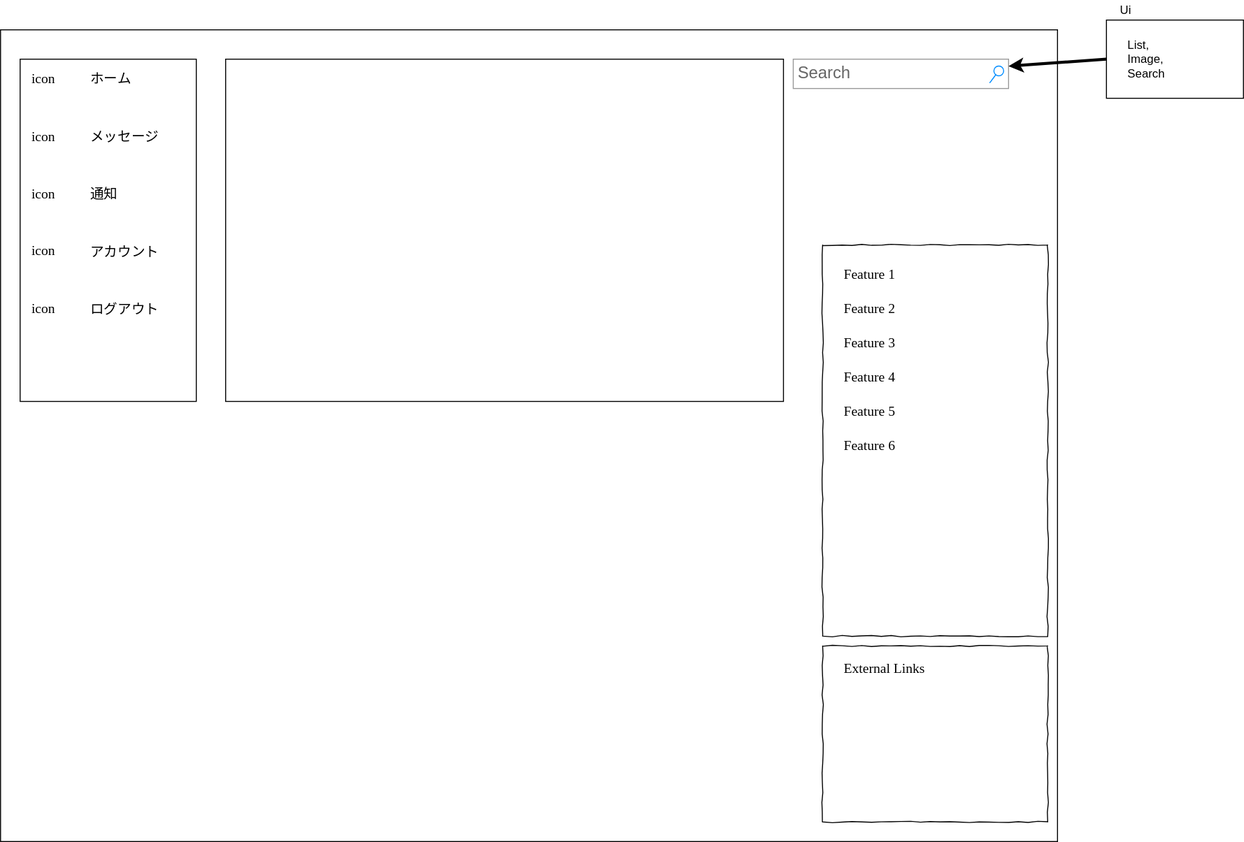
The draw.io diagram next-semantic-ui-chat.svg in awsome-cats/next-semantic-ui-chatApp-design, before a commit. Source tidied: cells renumbered, new cells last; positions are measured from the earlier drawing's top-left corner, leaving out a move shared by most shapes.
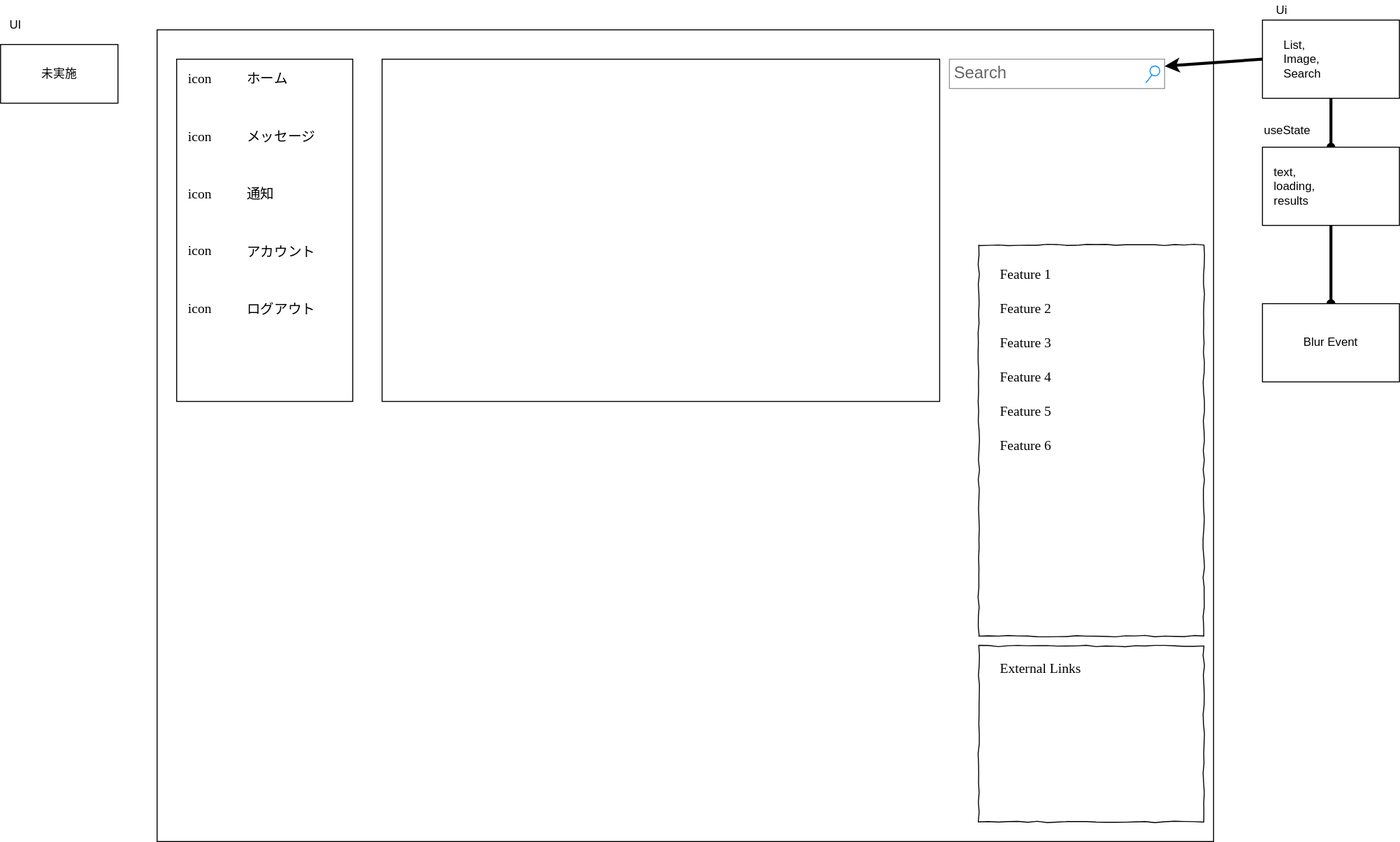
The same file after the commit.

Commit message:
next-semantic-ui-chat.svg を更新します

What changed in the source:
```diff
@@ -92,6 +92,9 @@
     <mxCell id="31" style="rounded=0;whiteSpace=wrap;html=1;" parent="1" vertex="1">
       <mxGeometry x="230" y="60" width="570" height="350" as="geometry" />
     </mxCell>
+    <mxCell id="36" style="edgeStyle=orthogonalEdgeStyle;rounded=0;jettySize=auto;html=1;strokeWidth=3;endArrow=oval;endFill=1;" parent="1" edge="1" source="32" target="39">
+      <mxGeometry relative="1" as="geometry" />
+    </mxCell>
     <mxCell id="32" style="rounded=0;whiteSpace=wrap;html=1;" parent="1" vertex="1">
       <mxGeometry x="1130" y="20" width="140" height="80" as="geometry" />
     </mxCell>
@@ -106,5 +109,26 @@
     <mxCell id="35" value="List,&lt;br&gt;Image,&lt;br&gt;Search&lt;br&gt;" style="text;html=1;strokeColor=none;fillColor=none;align=left;verticalAlign=middle;whiteSpace=wrap;rounded=0;" parent="1" vertex="1">
       <mxGeometry x="1150" y="15" width="40" height="90" as="geometry" />
     </mxCell>
+    <mxCell id="37" value="useState" style="text;html=1;strokeColor=none;fillColor=none;align=left;verticalAlign=middle;whiteSpace=wrap;rounded=0;" parent="1" vertex="1">
+      <mxGeometry x="1130" y="115" width="50" height="35" as="geometry" />
+    </mxCell>
+    <mxCell id="38" style="edgeStyle=orthogonalEdgeStyle;rounded=0;jettySize=auto;html=1;endArrow=oval;endFill=1;strokeWidth=3;" parent="1" edge="1" source="39" target="41">
+      <mxGeometry relative="1" as="geometry" />
+    </mxCell>
+    <mxCell id="39" style="rounded=0;whiteSpace=wrap;html=1;" parent="1" vertex="1">
+      <mxGeometry x="1130" y="150" width="140" height="80" as="geometry" />
+    </mxCell>
+    <mxCell id="40" value="text,&lt;br&gt;loading,&lt;br&gt;results" style="text;html=1;strokeColor=none;fillColor=none;align=left;verticalAlign=middle;whiteSpace=wrap;rounded=0;" parent="1" vertex="1">
+      <mxGeometry x="1140" y="172.5" width="80" height="35" as="geometry" />
+    </mxCell>
+    <mxCell id="41" value="Blur Event" style="rounded=0;whiteSpace=wrap;html=1;" parent="1" vertex="1">
+      <mxGeometry x="1130" y="310" width="140" height="80" as="geometry" />
+    </mxCell>
+    <mxCell id="42" value="未実施" style="rounded=0;whiteSpace=wrap;html=1;align=center;" parent="1" vertex="1">
+      <mxGeometry x="-160" y="45" width="120" height="60" as="geometry" />
+    </mxCell>
+    <mxCell id="43" value="UI" style="text;html=1;align=center;verticalAlign=middle;strokeColor=none;" parent="1" vertex="1">
+      <mxGeometry x="-160" y="15" width="30" height="20" as="geometry" />
+    </mxCell>
   </root>
 </mxGraphModel>
```
